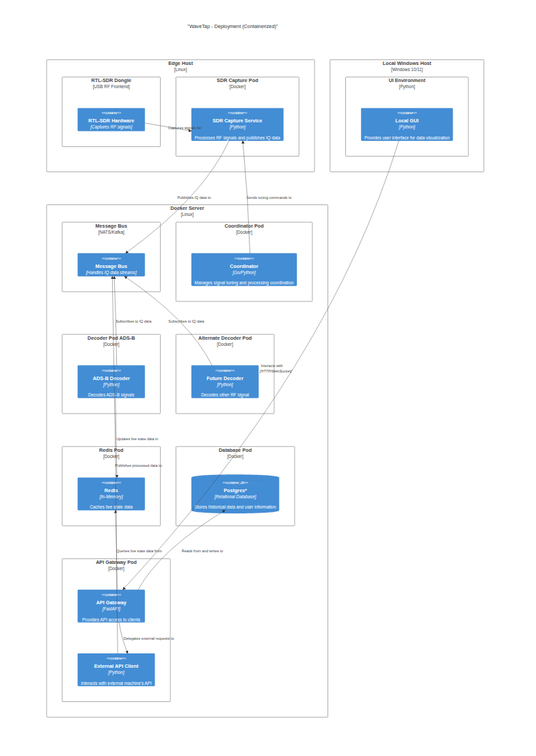
Above: documentation/diagrams_output/04_c4_deployment.png in bwharris1125/WaveTap_SDR (Mermaid), before the change. Its source is kept beside it as documentation/diagrams/04_c4_deployment.mmd.
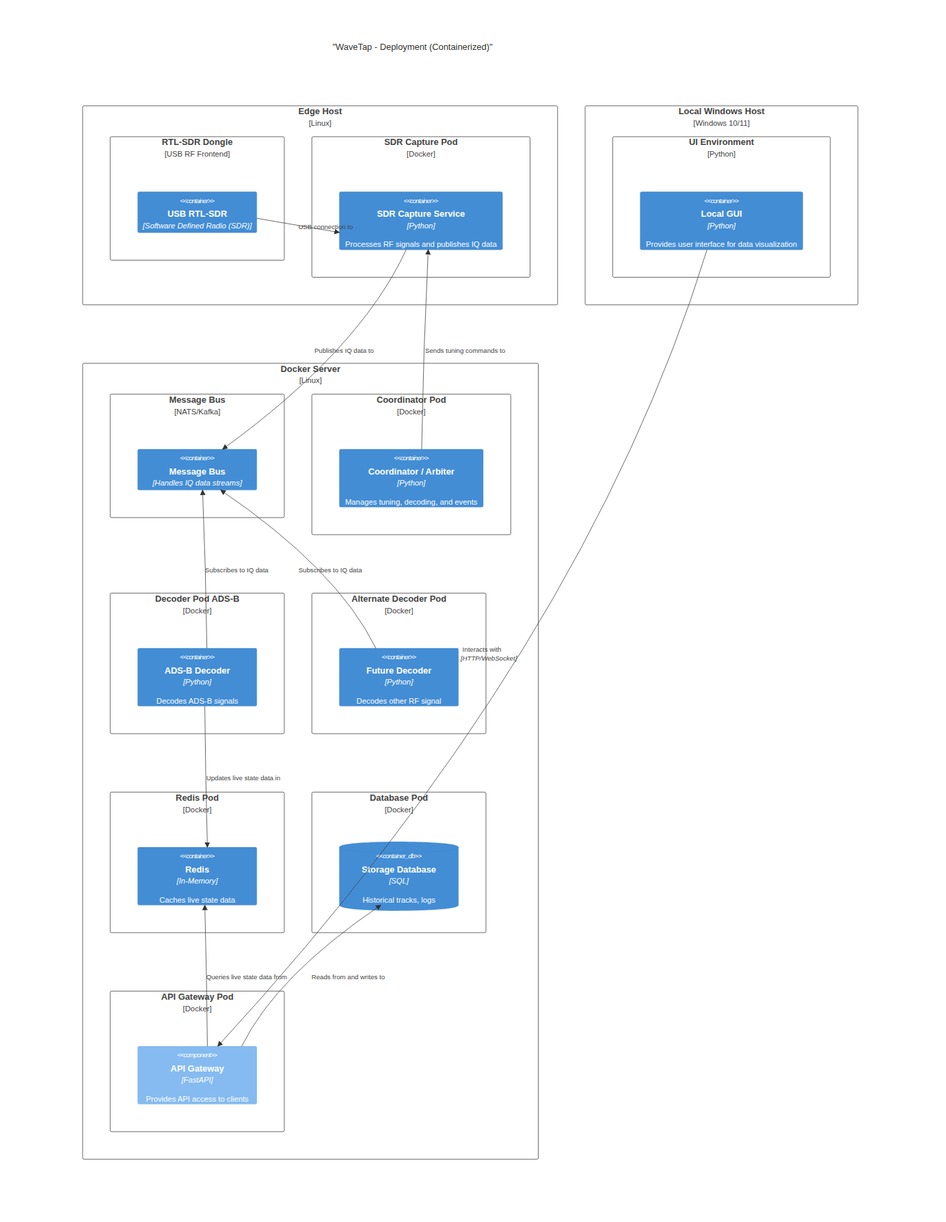
The same file after the commit.

Change to the diagram source:
```diff
@@ -3,7 +3,7 @@
 
 Deployment_Node(edge, "Edge Host", "Linux") {
     Node(rtlsdr_usb, "RTL-SDR Dongle", "USB RF Frontend") {
-        Container(rtlsdr, "RTL-SDR Hardware", "Captures RF signals")
+    Container(sdr, "USB RTL-SDR", "Software Defined Radio (SDR)")
     }
     Node(cap_pod, "SDR Capture Pod", "Docker") {
         Container(sdr_cap, "SDR Capture Service", "Python", "Processes RF signals and publishes IQ data")
@@ -21,7 +21,7 @@
         Container(msg_bus, "Message Bus", "Handles IQ data streams")
     }
     Node(coord_pod, "Coordinator Pod", "Docker") {
-        Container(coord, "Coordinator", "Go/Python", "Manages signal tuning and processing coordination")
+        Container(arb, "Coordinator / Arbiter", "Python", "Manages tuning, decoding, and events")
     }
     Node(dec_pod1, "Decoder Pod ADS-B", "Docker") {
         Container(dec_adsb, "ADS-B Decoder", "Python", "Decodes ADS-B signals")
@@ -33,23 +33,20 @@
         Container(cache, "Redis", "In-Memory", "Caches live state data")
     }
     Node(db_pod, "Database Pod", "Docker") {
-        ContainerDb(db, "Postgres*", "Relational Database", "Stores historical data and user information")
+        ContainerDb(db, "Storage Database", "SQL", "Historical tracks, logs")
     }
     Node(api_pod, "API Gateway Pod", "Docker") {
-        Container(api, "API Gateway", "FastAPI", "Provides API access to clients")
-        Container(ext_api, "External API Client", "Python", "Interacts with external machine's API")
+        Component(api, "API Gateway", "FastAPI", "Provides API access to clients")
     }
 }
 
 
-Rel(rtlsdr, sdr_cap, "Captures signals for")
+Rel(sdr, sdr_cap, "USB connection to")
 Rel(sdr_cap, msg_bus, "Publishes IQ data to")
 Rel(dec_adsb, msg_bus, "Subscribes to IQ data")
 Rel(dec_fm, msg_bus, "Subscribes to IQ data")
-Rel(coord, sdr_cap, "Sends tuning commands to")
+Rel(arb, sdr_cap, "Sends tuning commands to")
 Rel(dec_adsb, cache, "Updates live state data in")
 Rel(api, cache, "Queries live state data from")
 Rel(api, db, "Reads from and writes to")
 Rel(ui, api, "Interacts with", "HTTP/WebSocket")
-Rel(api, ext_api, "Delegates external requests to")
-Rel(ext_api, msg_bus, "Publishes processed data to")
```
